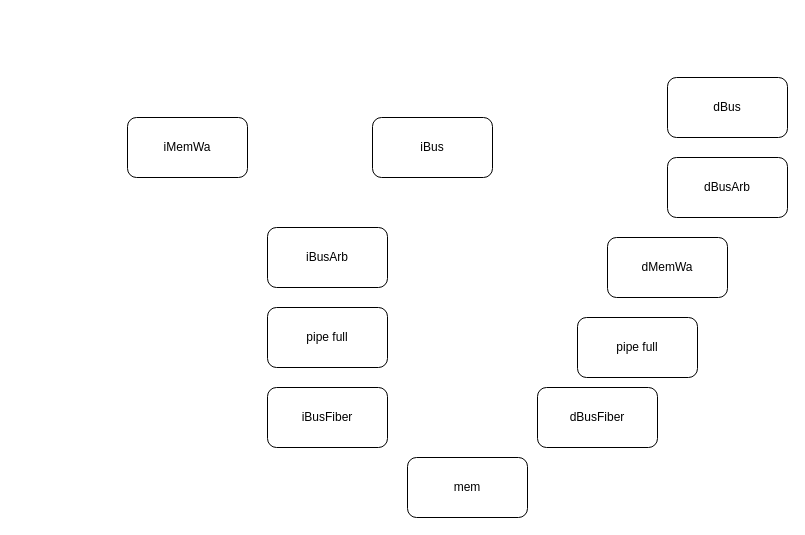
ethanlee515/riscq keeps this draw.io diagram as bus.drawio. Above is the earlier version. Source tidied: cells renumbered, new cells numbered last; positions are measured from the earlier drawing's top-left corner, leaving out a move shared by most shapes. Both pictures are drawn from the tidied source at 100%, with x=0, y=0 at pixel (127, 77).
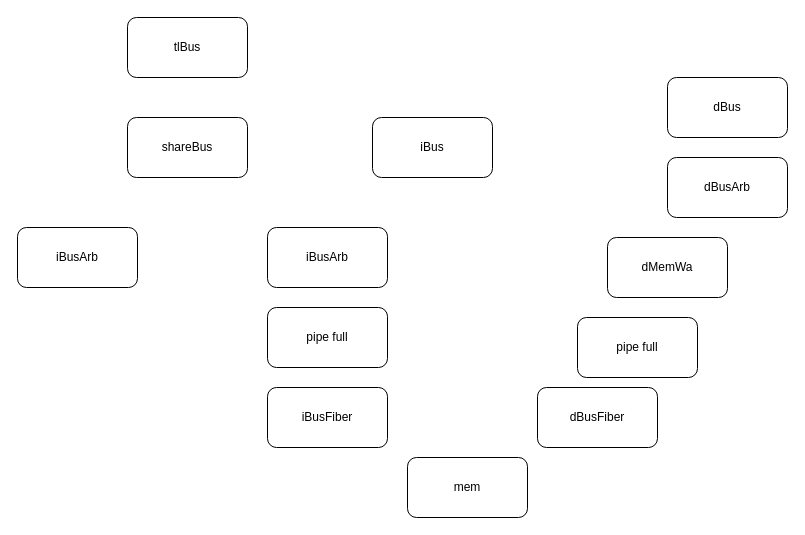
The same page after the edit.

The edit, as a diff of the source:
```diff
@@
 <mxGraphModel>
   <root>
     <mxCell id="0" />
     <mxCell id="1" parent="0" />
     <mxCell id="2" value="mem" style="rounded=1;whiteSpace=wrap;html=1;" parent="1" vertex="1">
       <mxGeometry x="280" y="380" width="120" height="60" as="geometry" />
     </mxCell>
     <mxCell id="3" value="dBusArb" style="rounded=1;whiteSpace=wrap;html=1;" parent="1" vertex="1">
       <mxGeometry x="540" y="80" width="120" height="60" as="geometry" />
     </mxCell>
     <mxCell id="4" value="iBusArb" style="rounded=1;whiteSpace=wrap;html=1;" parent="1" vertex="1">
       <mxGeometry x="140" y="150" width="120" height="60" as="geometry" />
     </mxCell>
     <mxCell id="5" value="iBus" style="rounded=1;whiteSpace=wrap;html=1;" parent="1" vertex="1">
       <mxGeometry x="245" y="40" width="120" height="60" as="geometry" />
     </mxCell>
     <mxCell id="6" value="dBus" style="rounded=1;whiteSpace=wrap;html=1;" parent="1" vertex="1">
       <mxGeometry x="540" width="120" height="60" as="geometry" />
     </mxCell>
-    <mxCell id="7" value="iMemWa" style="rounded=1;whiteSpace=wrap;html=1;" parent="1" vertex="1">
+    <mxCell id="7" value="shareBus" style="rounded=1;whiteSpace=wrap;html=1;" parent="1" vertex="1">
       <mxGeometry y="40" width="120" height="60" as="geometry" />
     </mxCell>
     <mxCell id="8" value="dMemWa" style="rounded=1;whiteSpace=wrap;html=1;" parent="1" vertex="1">
       <mxGeometry x="480" y="160" width="120" height="60" as="geometry" />
     </mxCell>
     <mxCell id="9" value="iBusFiber" style="rounded=1;whiteSpace=wrap;html=1;" parent="1" vertex="1">
       <mxGeometry x="140" y="310" width="120" height="60" as="geometry" />
     </mxCell>
     <mxCell id="10" value="dBusFiber" style="rounded=1;whiteSpace=wrap;html=1;" parent="1" vertex="1">
       <mxGeometry x="410" y="310" width="120" height="60" as="geometry" />
     </mxCell>
     <mxCell id="11" value="pipe full" style="rounded=1;whiteSpace=wrap;html=1;" parent="1" vertex="1">
       <mxGeometry x="450" y="240" width="120" height="60" as="geometry" />
     </mxCell>
     <mxCell id="12" value="pipe full" style="rounded=1;whiteSpace=wrap;html=1;" parent="1" vertex="1">
       <mxGeometry x="140" y="230" width="120" height="60" as="geometry" />
     </mxCell>
+    <mxCell id="13" value="tlBus" style="rounded=1;whiteSpace=wrap;html=1;" parent="1" vertex="1">
+      <mxGeometry y="-60" width="120" height="60" as="geometry" />
+    </mxCell>
+    <mxCell id="14" value="iBusArb" style="rounded=1;whiteSpace=wrap;html=1;" parent="1" vertex="1">
+      <mxGeometry x="-110" y="150" width="120" height="60" as="geometry" />
+    </mxCell>
   </root>
 </mxGraphModel>
```
